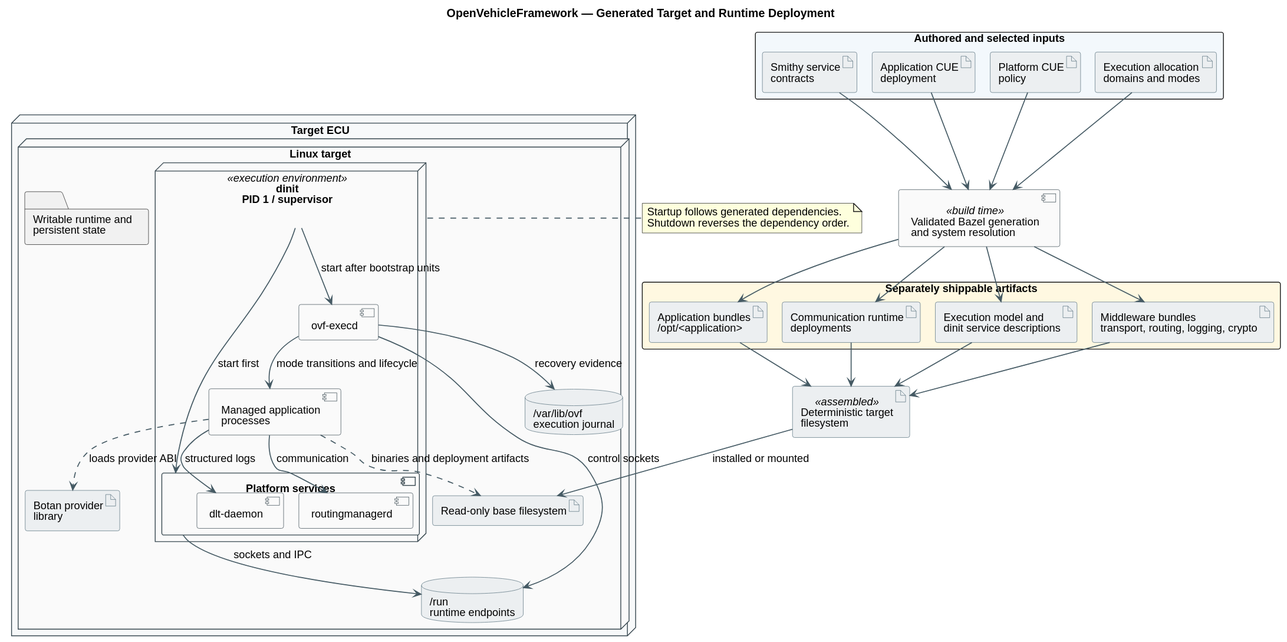
The PlantUML diagram docs/diagrams/target-deployment.svg in unwynd/openvehicleframework, before a commit.
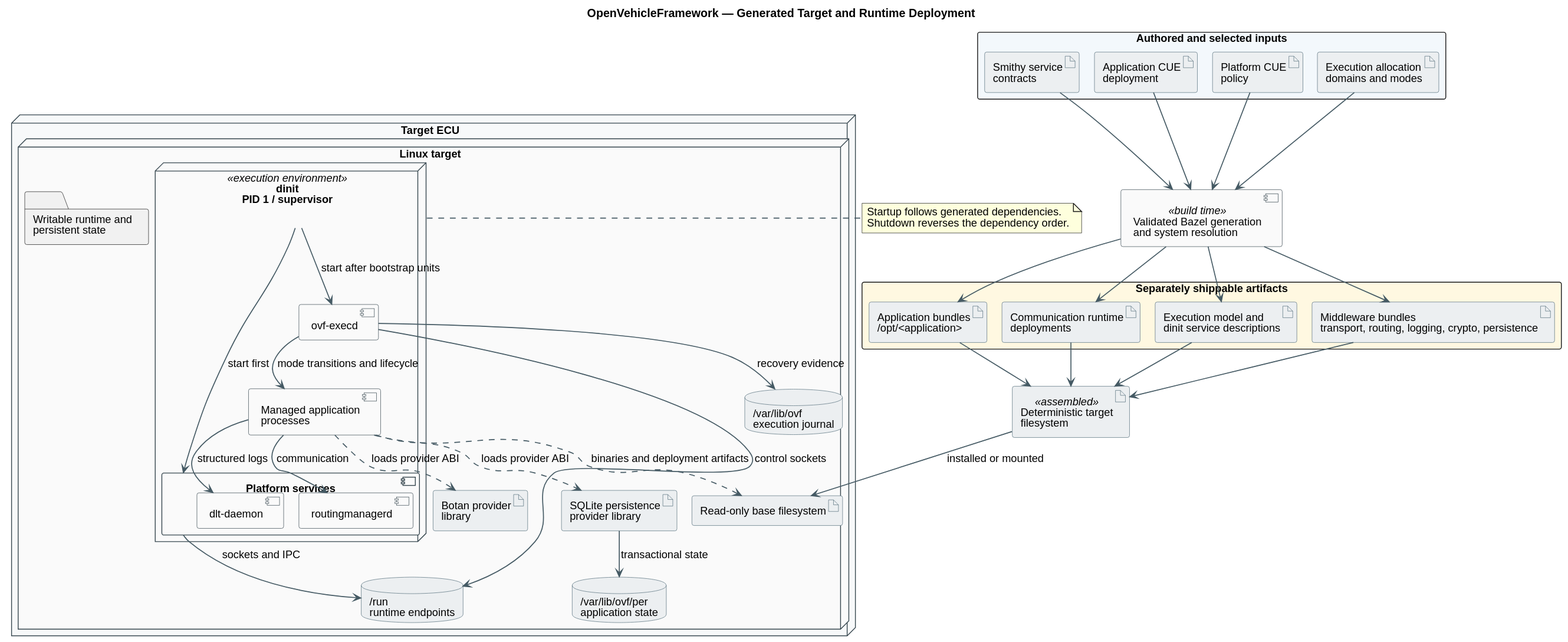
The same file after the commit.

Diff of the diagram source:
```diff
@@ -33,7 +33,7 @@
   artifact "Application bundles\n/opt/<application>" as app_bundles
   artifact "Communication runtime\ndeployments" as com_deployments
   artifact "Execution model and\ndinit service descriptions" as exec_deployment
-  artifact "Middleware bundles\ntransport, routing, logging, crypto" as middleware
+  artifact "Middleware bundles\ntransport, routing, logging, crypto, persistence" as middleware
 }
 
 artifact "Deterministic target\nfilesystem" as rootfs <<assembled>>
@@ -66,8 +66,10 @@
     }
 
     artifact "Botan provider\nlibrary" as botan
+    artifact "SQLite persistence\nprovider library" as sqlite
     database "/run\nruntime endpoints" as run
     database "/var/lib/ovf\nexecution journal" as journal
+    database "/var/lib/ovf/per\napplication state" as persistent_state
   }
 }
 
@@ -78,10 +80,12 @@
 applications --> routing : communication
 applications --> dlt_daemon : structured logs
 applications ..> botan : loads provider ABI
+applications ..> sqlite : loads provider ABI
 services --> run : sockets and IPC
 execd --> run : control sockets
 execd --> journal : recovery evidence
 applications ..> lower : binaries and deployment artifacts
+sqlite --> persistent_state : transactional state
 
 note right of supervisor
   Startup follows generated dependencies.
```
